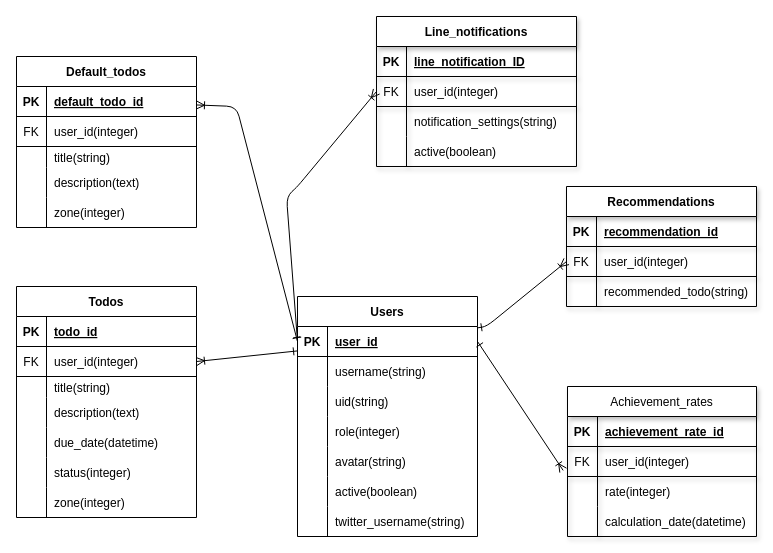
The draw.io diagram erDiagram.dio in mikurikuri11/Taskzen, before the edit. Source tidied: cells renumbered, new cells numbered last; positions are measured from the earlier drawing's top-left corner, leaving out a move shared by most shapes. Both pictures are drawn from the tidied source at 100%, with x=0, y=0 at pixel (16, 16).
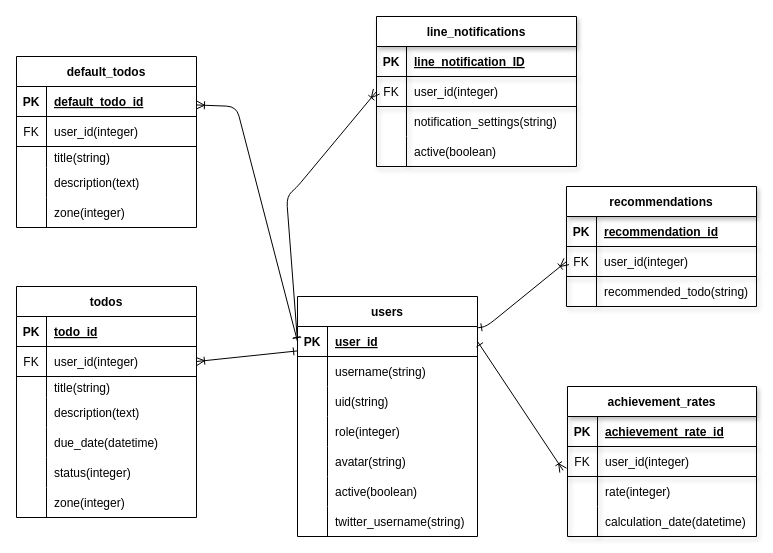
The same diagram, later.

Commit message:
Fix: table names to use snake_case for erDiagram

Diff of the diagram source:
```diff
@@
-    <mxCell id="2" value="Users" style="shape=table;startSize=30;childLayout=tableLayout;rowLines=0;fontStyle=1;align=center;" parent="1" vertex="1">
+    <mxCell id="2" value="users" style="shape=table;startSize=30;childLayout=tableLayout;rowLines=0;fontStyle=1;align=center;" parent="1" vertex="1">
       <mxGeometry x="281" y="280" width="180" height="240" as="geometry" />
     </mxCell>
@@
-    <mxCell id="24" value="Todos" style="shape=table;startSize=30;childLayout=tableLayout;rowLines=0;fontStyle=1;align=center;" parent="1" vertex="1">
+    <mxCell id="24" value="todos" style="shape=table;startSize=30;childLayout=tableLayout;rowLines=0;fontStyle=1;align=center;" parent="1" vertex="1">
       <mxGeometry y="270" width="180" height="231" as="geometry" />
     </mxCell>
@@
-    <mxCell id="46" value="Line_notifications" style="shape=table;startSize=30;childLayout=tableLayout;rowLines=0;fontStyle=1;align=center;shadow=1;labelBorderColor=none;" parent="1" vertex="1">
+    <mxCell id="46" value="line_notifications" style="shape=table;startSize=30;childLayout=tableLayout;rowLines=0;fontStyle=1;align=center;shadow=1;labelBorderColor=none;" parent="1" vertex="1">
       <mxGeometry x="360" width="200" height="150" as="geometry" />
     </mxCell>
@@
-    <mxCell id="59" value="Recommendations" style="shape=table;startSize=30;childLayout=tableLayout;rowLines=0;fontStyle=1;align=center;shadow=1;labelBorderColor=none;" parent="1" vertex="1">
+    <mxCell id="59" value="recommendations" style="shape=table;startSize=30;childLayout=tableLayout;rowLines=0;fontStyle=1;align=center;shadow=1;labelBorderColor=none;" parent="1" vertex="1">
       <mxGeometry x="550" y="170" width="190" height="120" as="geometry" />
     </mxCell>
@@
-    <mxCell id="69" value="Achievement_rates" style="shape=table;startSize=30;childLayout=tableLayout;rowLines=0;fontStyle=0;align=center;shadow=1;labelBorderColor=none;" parent="1" vertex="1">
+    <mxCell id="69" value="achievement_rates" style="shape=table;startSize=30;childLayout=tableLayout;rowLines=0;fontStyle=1;align=center;shadow=1;labelBorderColor=none;" parent="1" vertex="1">
       <mxGeometry x="551" y="370" width="189" height="150" as="geometry" />
     </mxCell>
@@
-    <mxCell id="86" value="Default_todos" style="shape=table;startSize=30;childLayout=tableLayout;rowLines=0;fontStyle=1;align=center;" parent="1" vertex="1">
+    <mxCell id="86" value="default_todos" style="shape=table;startSize=30;childLayout=tableLayout;rowLines=0;fontStyle=1;align=center;" parent="1" vertex="1">
       <mxGeometry y="40" width="180" height="171" as="geometry" />
     </mxCell>
```
